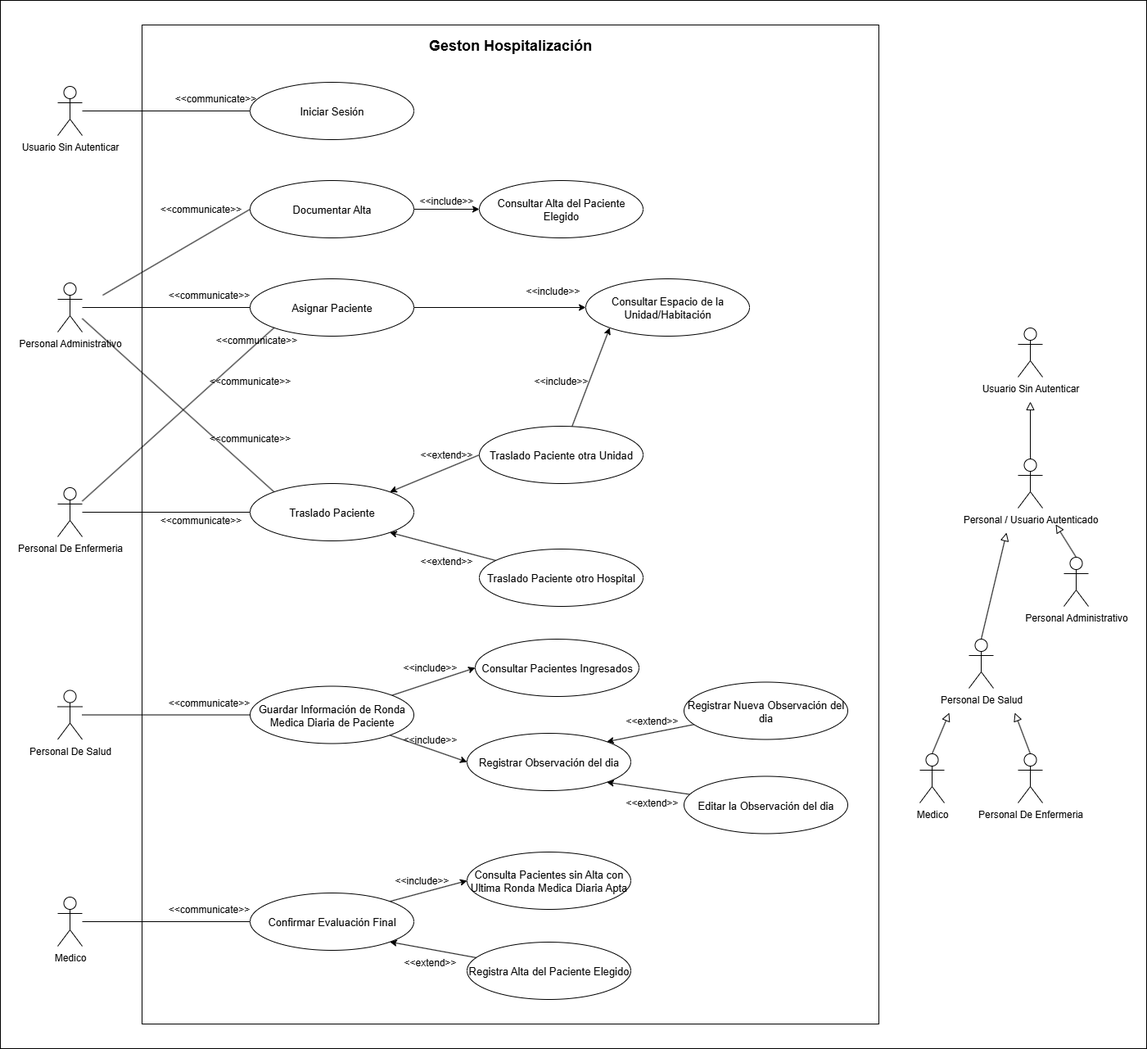
The draw.io diagram uml/Diagrama de Casos de Usos/Diagrama de Casos de Uso.png in stoica25-byte/Reto-2-Entornos-Programacion, before a commit. Source tidied: cells renumbered, new cells last; positions are measured from the earlier drawing's top-left corner, leaving out a move shared by most shapes.
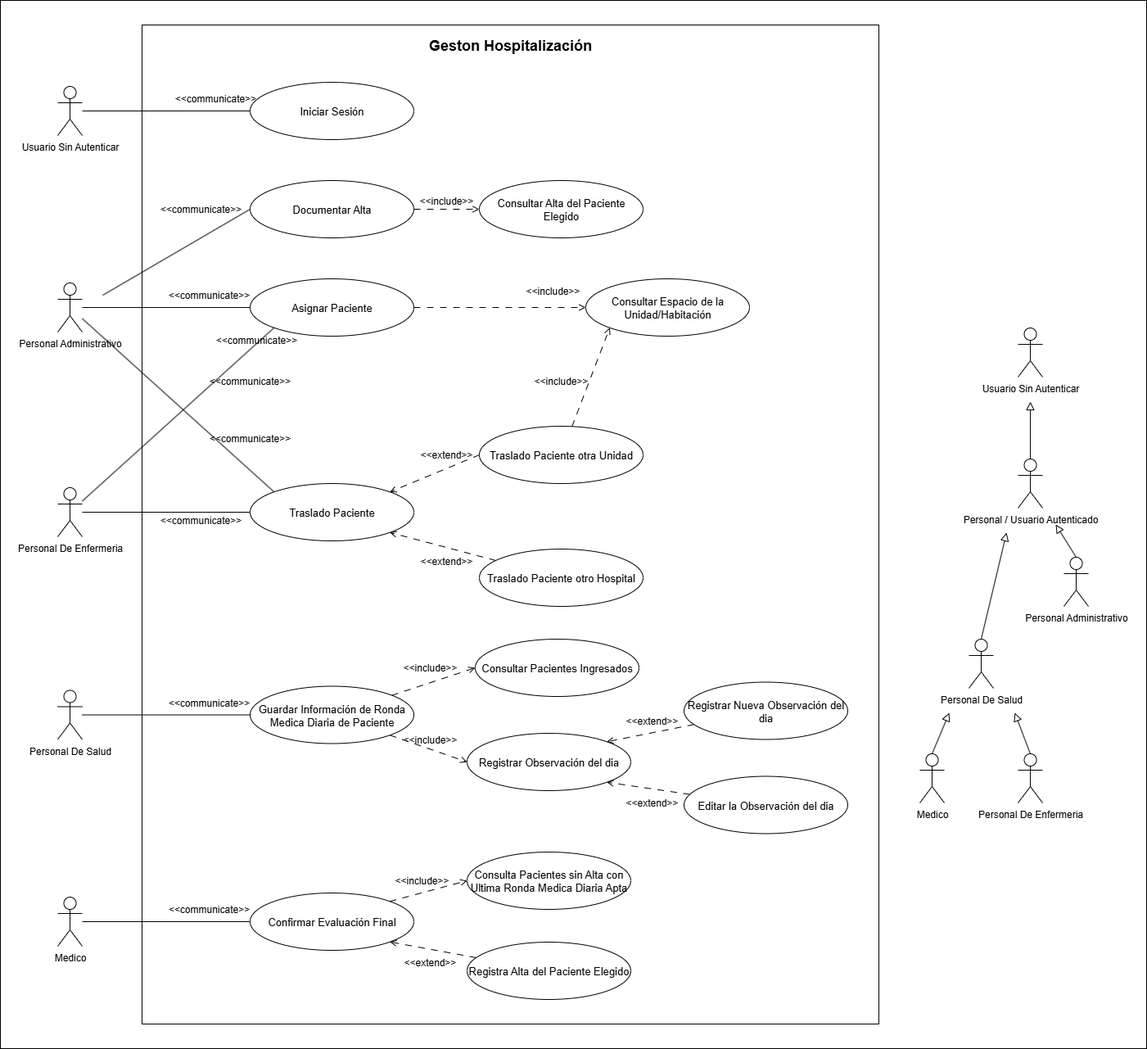
The same diagram one commit later.

Commit message:
Arreglo de flechas en el diagrama de casos de uso

Diff of the diagram source:
```diff
@@ -48,7 +48,7 @@
         <mxPoint x="1239" y="870" as="targetPoint" />
       </mxGeometry>
     </mxCell>
-    <mxCell id="14" style="edgeStyle=orthogonalEdgeStyle;rounded=0;jettySize=auto;html=1;entryX=0;entryY=0.5;entryDx=0;entryDy=0;" parent="1" edge="1" source="15" target="24">
+    <mxCell id="14" style="edgeStyle=orthogonalEdgeStyle;rounded=0;jettySize=auto;html=1;entryX=0;entryY=0.5;entryDx=0;entryDy=0;endArrow=open;endFill=0;dashed=1;dashPattern=8 8;" parent="1" edge="1" source="15" target="24">
       <mxGeometry relative="1" as="geometry" />
     </mxCell>
     <mxCell id="15" value="Asignar Paciente" style="ellipse;whiteSpace=wrap;html=1;fontSize=13;" parent="1" vertex="1">
@@ -87,16 +87,16 @@
     <mxCell id="26" value="Traslado Paciente" style="ellipse;whiteSpace=wrap;html=1;fontSize=13;" parent="1" vertex="1">
       <mxGeometry x="305" y="590" width="200" height="70" as="geometry" />
     </mxCell>
-    <mxCell id="27" style="rounded=0;jettySize=auto;html=1;entryX=1;entryY=0;entryDx=0;entryDy=0;exitX=0;exitY=0.5;exitDx=0;exitDy=0;" parent="1" edge="1" source="29" target="26">
+    <mxCell id="27" style="rounded=0;jettySize=auto;html=1;entryX=1;entryY=0;entryDx=0;entryDy=0;exitX=0;exitY=0.5;exitDx=0;exitDy=0;dashed=1;dashPattern=8 8;endArrow=open;endFill=0;" parent="1" edge="1" source="29" target="26">
       <mxGeometry relative="1" as="geometry" />
     </mxCell>
-    <mxCell id="28" style="rounded=0;jettySize=auto;html=1;entryX=0;entryY=1;entryDx=0;entryDy=0;" parent="1" edge="1" source="29" target="24">
+    <mxCell id="28" style="rounded=0;jettySize=auto;html=1;entryX=0;entryY=1;entryDx=0;entryDy=0;dashed=1;dashPattern=8 8;endArrow=open;endFill=0;" parent="1" edge="1" source="29" target="24">
       <mxGeometry relative="1" as="geometry" />
     </mxCell>
     <mxCell id="29" value="Traslado Paciente otra Unidad" style="ellipse;whiteSpace=wrap;html=1;fontSize=13;" parent="1" vertex="1">
       <mxGeometry x="585" y="520" width="200" height="70" as="geometry" />
     </mxCell>
-    <mxCell id="30" style="rounded=0;jettySize=auto;html=1;entryX=1;entryY=1;entryDx=0;entryDy=0;" parent="1" edge="1" source="31" target="26">
+    <mxCell id="30" style="rounded=0;jettySize=auto;html=1;entryX=1;entryY=1;entryDx=0;entryDy=0;dashed=1;dashPattern=8 8;endArrow=open;endFill=0;" parent="1" edge="1" source="31" target="26">
       <mxGeometry relative="1" as="geometry" />
     </mxCell>
     <mxCell id="31" value="Traslado Paciente otro Hospital" style="ellipse;whiteSpace=wrap;html=1;fontSize=13;" parent="1" vertex="1">
@@ -126,10 +126,10 @@
     <mxCell id="39" value="Personal De Salud" style="shape=umlActor;verticalLabelPosition=bottom;verticalAlign=top;html=1;outlineConnect=0;" parent="1" vertex="1">
       <mxGeometry x="70" y="842.5" width="30" height="60" as="geometry" />
     </mxCell>
-    <mxCell id="40" style="rounded=0;jettySize=auto;html=1;entryX=0;entryY=0.5;entryDx=0;entryDy=0;" parent="1" edge="1" source="42" target="44">
+    <mxCell id="40" style="rounded=0;jettySize=auto;html=1;entryX=0;entryY=0.5;entryDx=0;entryDy=0;dashed=1;dashPattern=8 8;endArrow=open;endFill=0;" parent="1" edge="1" source="42" target="44">
       <mxGeometry relative="1" as="geometry" />
     </mxCell>
-    <mxCell id="41" style="rounded=0;jettySize=auto;html=1;exitX=1;exitY=1;exitDx=0;exitDy=0;entryX=0;entryY=0.5;entryDx=0;entryDy=0;" parent="1" edge="1" source="42" target="46">
+    <mxCell id="41" style="rounded=0;jettySize=auto;html=1;exitX=1;exitY=1;exitDx=0;exitDy=0;entryX=0;entryY=0.5;entryDx=0;entryDy=0;dashed=1;dashPattern=8 8;endArrow=open;endFill=0;" parent="1" edge="1" source="42" target="46">
       <mxGeometry relative="1" as="geometry" />
     </mxCell>
     <mxCell id="42" value="Guardar Información de Ronda Medica Diaria de Paciente" style="ellipse;whiteSpace=wrap;html=1;fontSize=13;" parent="1" vertex="1">
@@ -150,13 +150,13 @@
     <mxCell id="47" value="&amp;lt;&amp;lt;include&amp;gt;&amp;gt;" style="text;html=1;align=center;verticalAlign=middle;whiteSpace=wrap;rounded=0;" parent="1" vertex="1">
       <mxGeometry x="495" y="887.5" width="60" height="30" as="geometry" />
     </mxCell>
-    <mxCell id="48" style="rounded=0;jettySize=auto;html=1;entryX=1;entryY=0;entryDx=0;entryDy=0;" parent="1" edge="1" source="49" target="46">
+    <mxCell id="48" style="rounded=0;jettySize=auto;html=1;entryX=1;entryY=0;entryDx=0;entryDy=0;dashed=1;dashPattern=8 8;endArrow=open;endFill=0;" parent="1" edge="1" source="49" target="46">
       <mxGeometry relative="1" as="geometry" />
     </mxCell>
     <mxCell id="49" value="Registrar Nueva Observación del dia" style="ellipse;whiteSpace=wrap;html=1;fontSize=13;" parent="1" vertex="1">
       <mxGeometry x="835" y="832.5" width="200" height="70" as="geometry" />
     </mxCell>
-    <mxCell id="50" style="rounded=0;jettySize=auto;html=1;entryX=1;entryY=1;entryDx=0;entryDy=0;" parent="1" edge="1" source="51" target="46">
+    <mxCell id="50" style="rounded=0;jettySize=auto;html=1;entryX=1;entryY=1;entryDx=0;entryDy=0;dashed=1;dashPattern=8 8;endArrow=open;endFill=0;" parent="1" edge="1" source="51" target="46">
       <mxGeometry relative="1" as="geometry" />
     </mxCell>
     <mxCell id="51" value="Editar la Observación del dia" style="ellipse;whiteSpace=wrap;html=1;fontSize=13;" parent="1" vertex="1">
@@ -174,7 +174,7 @@
     <mxCell id="55" value="Medico" style="shape=umlActor;verticalLabelPosition=bottom;verticalAlign=top;html=1;outlineConnect=0;" parent="1" vertex="1">
       <mxGeometry x="70" y="1095" width="30" height="60" as="geometry" />
     </mxCell>
-    <mxCell id="56" style="rounded=0;jettySize=auto;html=1;entryX=0;entryY=0.5;entryDx=0;entryDy=0;exitX=1;exitY=0;exitDx=0;exitDy=0;" parent="1" edge="1" source="57" target="58">
+    <mxCell id="56" style="rounded=0;jettySize=auto;html=1;entryX=0;entryY=0.5;entryDx=0;entryDy=0;exitX=1;exitY=0;exitDx=0;exitDy=0;dashed=1;dashPattern=8 8;endArrow=open;endFill=0;" parent="1" edge="1" source="57" target="58">
       <mxGeometry relative="1" as="geometry" />
     </mxCell>
     <mxCell id="57" value="Confirmar Evaluación Final" style="ellipse;whiteSpace=wrap;html=1;fontSize=13;" parent="1" vertex="1">
@@ -189,7 +189,7 @@
     <mxCell id="60" value="Registra Alta del Paciente Elegido" style="ellipse;whiteSpace=wrap;html=1;fontSize=13;" parent="1" vertex="1">
       <mxGeometry x="570" y="1150" width="200" height="70" as="geometry" />
     </mxCell>
-    <mxCell id="61" style="rounded=0;jettySize=auto;html=1;entryX=1;entryY=1;entryDx=0;entryDy=0;" parent="1" edge="1" source="60" target="57">
+    <mxCell id="61" style="rounded=0;jettySize=auto;html=1;entryX=1;entryY=1;entryDx=0;entryDy=0;dashed=1;dashPattern=8 8;endArrow=open;endFill=0;" parent="1" edge="1" source="60" target="57">
       <mxGeometry relative="1" as="geometry" />
     </mxCell>
     <mxCell id="62" value="&amp;lt;&amp;lt;extend&amp;gt;&amp;gt;" style="text;html=1;align=center;verticalAlign=middle;whiteSpace=wrap;rounded=0;" parent="1" vertex="1">
@@ -198,7 +198,7 @@
     <mxCell id="63" value="&amp;lt;&amp;lt;communicate&amp;gt;&amp;gt;" style="text;html=1;align=center;verticalAlign=middle;whiteSpace=wrap;rounded=0;" parent="1" vertex="1">
       <mxGeometry x="225" y="1095" width="60" height="30" as="geometry" />
     </mxCell>
-    <mxCell id="64" style="rounded=0;jettySize=auto;html=1;entryX=0;entryY=0.5;entryDx=0;entryDy=0;exitX=1;exitY=0.5;exitDx=0;exitDy=0;" parent="1" edge="1" source="65" target="67">
+    <mxCell id="64" style="rounded=0;jettySize=auto;html=1;entryX=0;entryY=0.5;entryDx=0;entryDy=0;exitX=1;exitY=0.5;exitDx=0;exitDy=0;endArrow=open;endFill=0;dashed=1;dashPattern=8 8;" parent="1" edge="1" source="65" target="67">
       <mxGeometry relative="1" as="geometry" />
     </mxCell>
     <mxCell id="65" value="Documentar Alta" style="ellipse;whiteSpace=wrap;html=1;fontSize=13;" parent="1" vertex="1">
```
